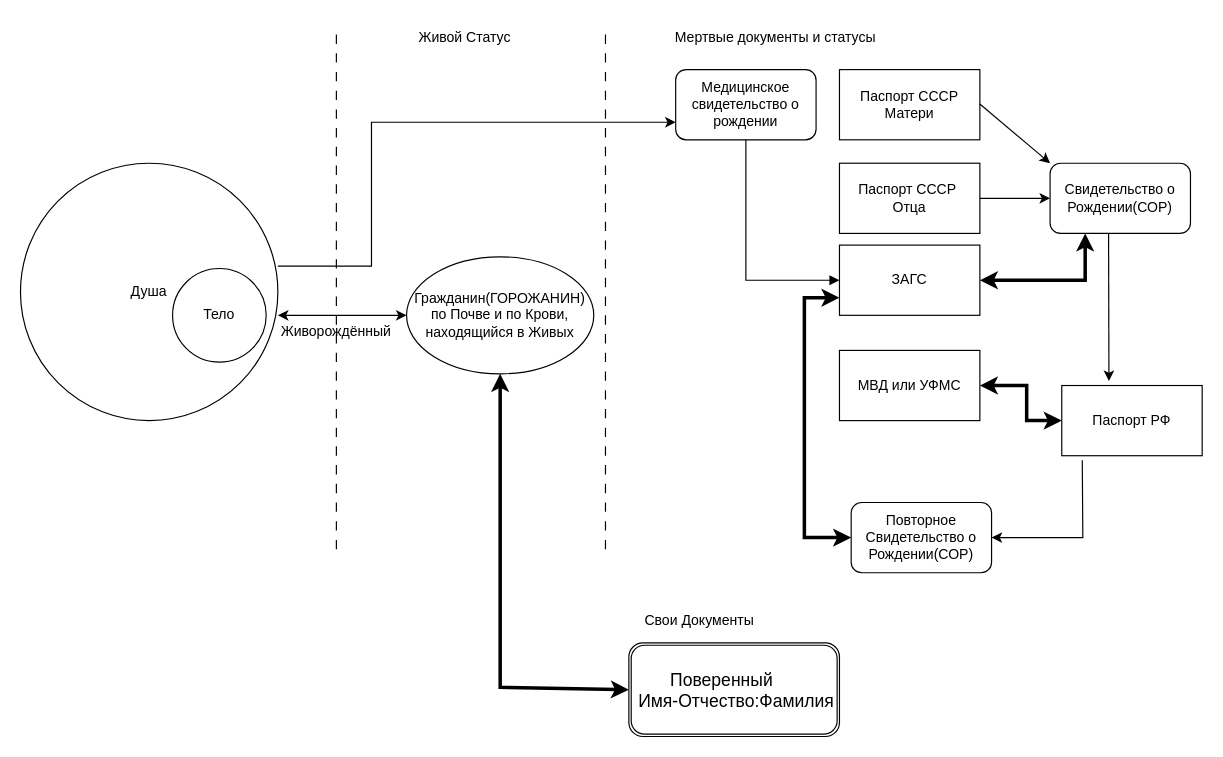
This is Статус.drawio from legastok/Status, a draw.io file, before an edit. Source tidied: cells renumbered, new cells numbered last; positions are measured from the earlier drawing's top-left corner, leaving out a move shared by most shapes. Both pictures are drawn from the tidied source at 117%, with x=0, y=0 at pixel (20, 20).
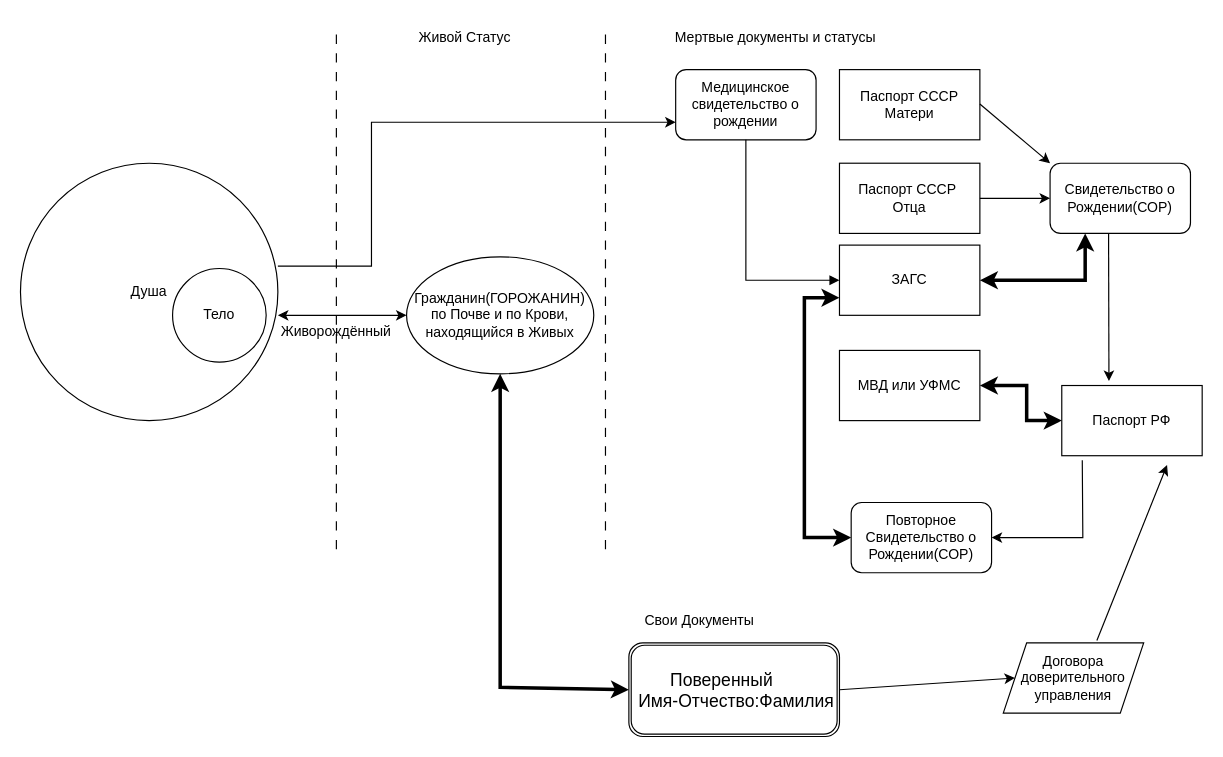
After the change.

The change refers to these unchanged cells:
```xml
<mxCell id="26" value="&lt;font style=&quot;font-size: 15px;&quot;&gt;Поверенный&amp;nbsp; &amp;nbsp; &amp;nbsp;&lt;br&gt;&amp;nbsp;Имя-Отчество:Фамилия&lt;/font&gt;" style="shape=ext;double=1;rounded=1;whiteSpace=wrap;html=1;" parent="1" vertex="1">
  <mxGeometry x="520" y="532" width="180" height="80" as="geometry" />
</mxCell>
```

Change to the diagram source:
```diff
@@
+    <mxCell id="31" value="Договора доверительного управления" style="shape=parallelogram;perimeter=parallelogramPerimeter;whiteSpace=wrap;html=1;fixedSize=1;" parent="1" vertex="1">
+      <mxGeometry x="840" y="532" width="120" height="60" as="geometry" />
+    </mxCell>
+    <mxCell id="32" style="endArrow=classic;html=1;rounded=0;entryX=0;entryY=0.5;entryDx=0;entryDy=0;exitX=1;exitY=0.5;exitDx=0;exitDy=0;" parent="1" edge="1" source="26" target="31">
+      <mxGeometry relative="1" as="geometry" />
+    </mxCell>
+    <mxCell id="33" style="endArrow=classic;html=1;rounded=0;" parent="1" edge="1">
+      <mxGeometry relative="1" as="geometry">
+        <mxPoint x="920" y="530" as="sourcePoint" />
+        <mxPoint x="980" y="380" as="targetPoint" />
+      </mxGeometry>
+    </mxCell>
```
